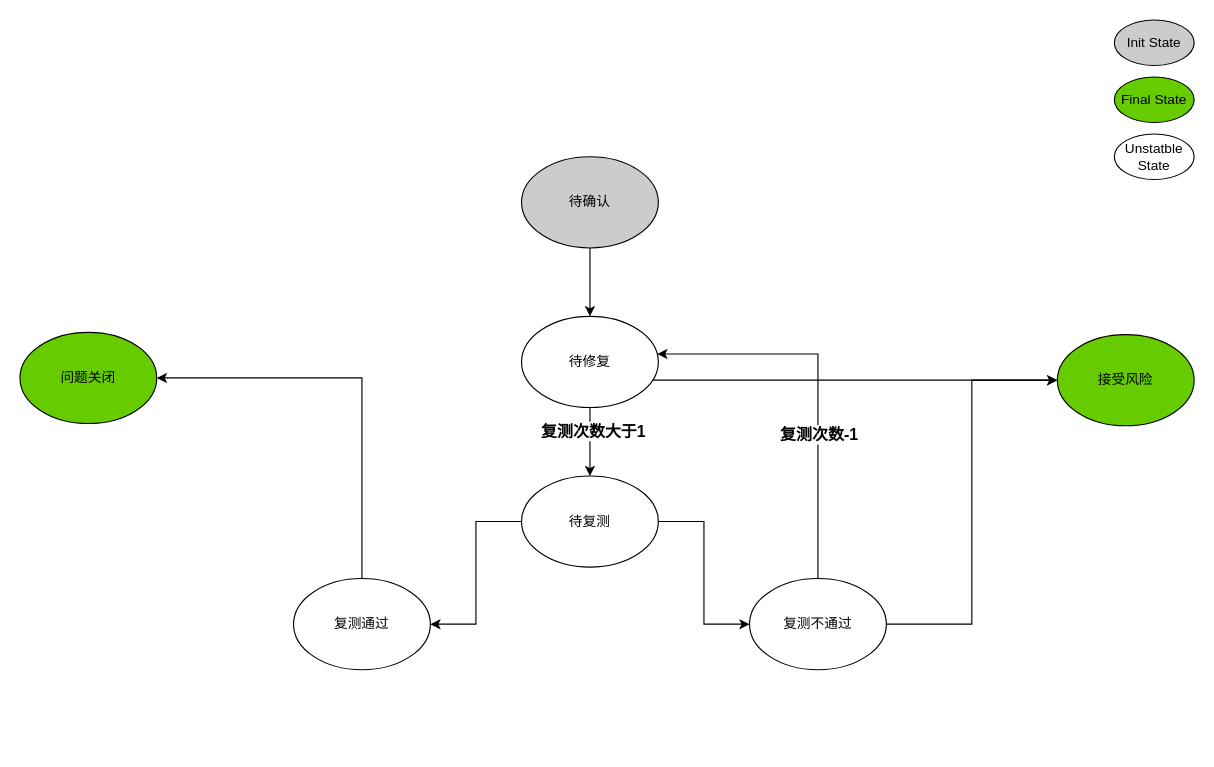
Before: ptaas issure state.drawio in caihuayu0322/drawio-github, a draw.io diagram. Source tidied: cells renumbered, new cells numbered last; positions are measured from the earlier drawing's top-left corner, leaving out a move shared by most shapes. Both pictures are drawn from the tidied source at 114%, with x=0, y=0 at pixel (19, 19).
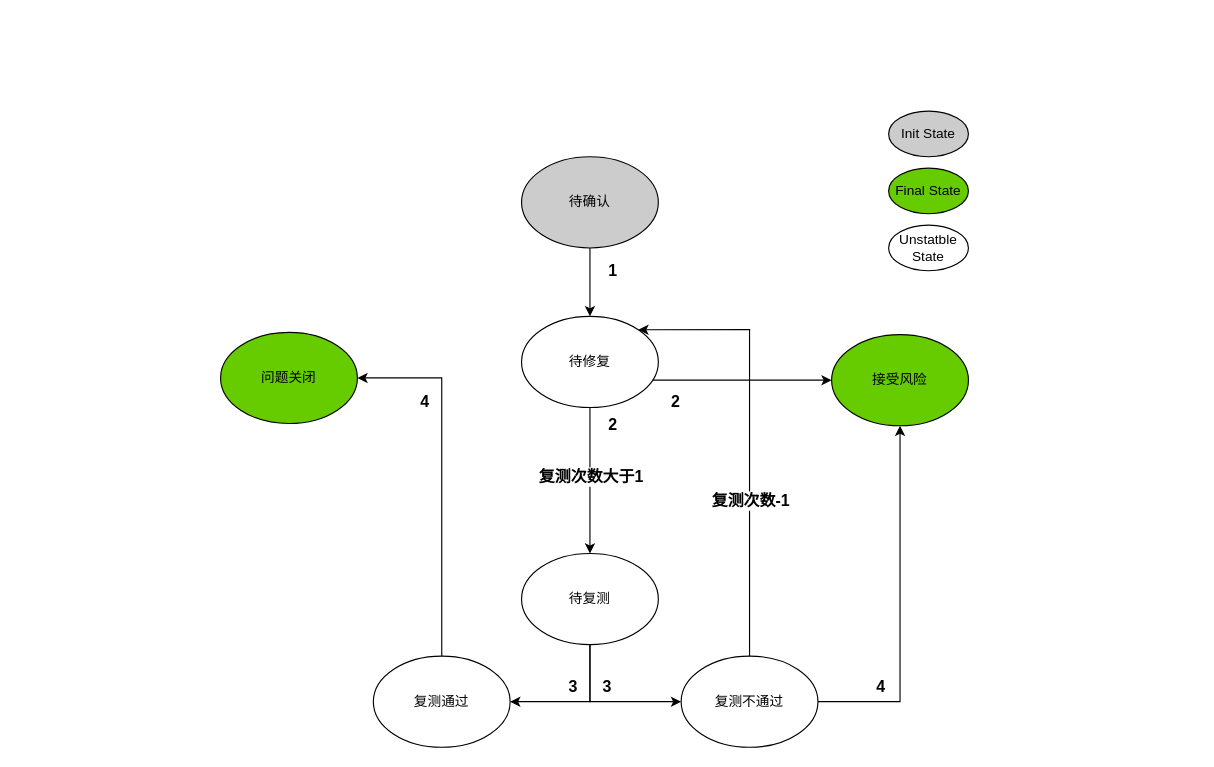
After the change.

The change refers to these unchanged cells:
```xml
<mxCell id="3" value="待修复" style="ellipse;whiteSpace=wrap;html=1;" parent="1" vertex="1">
  <mxGeometry x="440" y="260" width="120" height="80" as="geometry" />
</mxCell>
<mxCell id="10" style="endArrow=classic;html=1;rounded=0;exitX=0.5;exitY=1;exitDx=0;exitDy=0;entryX=0.5;entryY=0;entryDx=0;entryDy=0;" parent="1" edge="1" source="3" target="4">
  <mxGeometry relative="1" as="geometry" />
</mxCell>
```

The edit, as a diff of the source:
```diff
@@
-<mxGraphModel>
+<mxGraphModel background="#FFFFFF">
@@
     <mxCell id="4" value="待复测" style="ellipse;whiteSpace=wrap;html=1;" parent="1" vertex="1">
-      <mxGeometry x="440" y="400" width="120" height="80" as="geometry" />
+      <mxGeometry x="440" y="468" width="120" height="80" as="geometry" />
     </mxCell>
     <mxCell id="5" value="复测通过" style="ellipse;whiteSpace=wrap;html=1;" parent="1" vertex="1">
-      <mxGeometry x="240" y="490" width="120" height="80" as="geometry" />
+      <mxGeometry x="310" y="558" width="120" height="80" as="geometry" />
     </mxCell>
     <mxCell id="6" value="复测不通过" style="ellipse;whiteSpace=wrap;html=1;" parent="1" vertex="1">
-      <mxGeometry x="640" y="490" width="120" height="80" as="geometry" />
+      <mxGeometry x="580" y="558" width="120" height="80" as="geometry" />
     </mxCell>
     <mxCell id="7" value="接受风险" style="ellipse;whiteSpace=wrap;html=1;fillColor=#66CC00;" parent="1" vertex="1">
-      <mxGeometry x="910" y="276" width="120" height="80" as="geometry" />
+      <mxGeometry x="712" y="276" width="120" height="80" as="geometry" />
     </mxCell>
     <mxCell id="8" value="问题关闭" style="ellipse;whiteSpace=wrap;html=1;fillColor=#66CC00;" parent="1" vertex="1">
-      <mxGeometry y="274" width="120" height="80" as="geometry" />
+      <mxGeometry x="176" y="274" width="120" height="80" as="geometry" />
     </mxCell>
@@
     <mxCell id="11" value="&lt;b&gt;&lt;font style=&quot;font-size: 14px;&quot;&gt;复测次数大于1&lt;/font&gt;&lt;/b&gt;" style="edgeLabel;html=1;align=center;verticalAlign=middle;" parent="10" vertex="1">
-      <mxGeometry x="-0.33" y="2" relative="1" as="geometry" />
+      <mxGeometry x="-0.33" y="2" relative="1" as="geometry">
+        <mxPoint x="-2" y="17" as="offset" />
+      </mxGeometry>
     </mxCell>
-    <mxCell id="12" style="endArrow=classic;html=1;rounded=0;exitX=0;exitY=0.5;exitDx=0;exitDy=0;entryX=1;entryY=0.5;entryDx=0;entryDy=0;edgeStyle=orthogonalEdgeStyle;" parent="1" edge="1" source="4" target="5">
+    <mxCell id="12" style="endArrow=classic;html=1;rounded=0;exitX=0.5;exitY=1;exitDx=0;exitDy=0;entryX=1;entryY=0.5;entryDx=0;entryDy=0;edgeStyle=orthogonalEdgeStyle;" parent="1" edge="1" source="4" target="5">
       <mxGeometry relative="1" as="geometry" />
     </mxCell>
@@
-    <mxCell id="14" style="endArrow=classic;html=1;rounded=0;entryX=0;entryY=0.5;entryDx=0;entryDy=0;exitX=1;exitY=0.5;exitDx=0;exitDy=0;edgeStyle=orthogonalEdgeStyle;" parent="1" edge="1" source="4" target="6">
+    <mxCell id="14" style="endArrow=classic;html=1;rounded=0;entryX=0;entryY=0.5;entryDx=0;entryDy=0;exitX=0.5;exitY=1;exitDx=0;exitDy=0;edgeStyle=orthogonalEdgeStyle;" parent="1" edge="1" source="4" target="6">
       <mxGeometry relative="1" as="geometry" />
     </mxCell>
-    <mxCell id="15" style="endArrow=classic;html=1;rounded=0;exitX=1;exitY=0.5;exitDx=0;exitDy=0;entryX=0;entryY=0.5;entryDx=0;entryDy=0;edgeStyle=orthogonalEdgeStyle;" parent="1" edge="1" source="6" target="7">
+    <mxCell id="15" style="endArrow=classic;html=1;rounded=0;exitX=1;exitY=0.5;exitDx=0;exitDy=0;entryX=0.5;entryY=1;entryDx=0;entryDy=0;edgeStyle=orthogonalEdgeStyle;" parent="1" edge="1" source="6" target="7">
       <mxGeometry relative="1" as="geometry" />
     </mxCell>
-    <mxCell id="16" style="endArrow=classic;html=1;rounded=0;entryX=0.992;entryY=0.413;entryDx=0;entryDy=0;entryPerimeter=0;exitX=0.5;exitY=0;exitDx=0;exitDy=0;edgeStyle=orthogonalEdgeStyle;elbow=vertical;" parent="1" edge="1" source="6" target="3">
-      <mxGeometry relative="1" as="geometry" />
+    <mxCell id="16" style="endArrow=classic;html=1;rounded=0;entryX=1;entryY=0;entryDx=0;entryDy=0;exitX=0.5;exitY=0;exitDx=0;exitDy=0;edgeStyle=orthogonalEdgeStyle;elbow=vertical;" parent="1" edge="1" source="6" target="3">
+      <mxGeometry relative="1" as="geometry">
+        <Array as="points">
+          <mxPoint x="640" y="272" />
+        </Array>
+      </mxGeometry>
     </mxCell>
     <mxCell id="17" value="&lt;b&gt;复测次数-1&lt;/b&gt;" style="edgeLabel;html=1;align=center;verticalAlign=middle;fontSize=14;" parent="16" vertex="1">
-      <mxGeometry x="-0.25" relative="1" as="geometry" />
+      <mxGeometry x="-0.25" relative="1" as="geometry">
+        <mxPoint y="7" as="offset" />
+      </mxGeometry>
     </mxCell>
@@
     <mxCell id="19" value="Unstatble State" style="ellipse;whiteSpace=wrap;html=1;" parent="1" vertex="1">
-      <mxGeometry x="960" y="100" width="70" height="40" as="geometry" />
+      <mxGeometry x="762" y="180" width="70" height="40" as="geometry" />
     </mxCell>
     <mxCell id="20" value="Final State" style="ellipse;whiteSpace=wrap;html=1;fillColor=#66CC00;" parent="1" vertex="1">
-      <mxGeometry x="960" y="50" width="70" height="40" as="geometry" />
+      <mxGeometry x="762" y="130" width="70" height="40" as="geometry" />
     </mxCell>
     <mxCell id="21" value="Init State" style="ellipse;whiteSpace=wrap;html=1;fillColor=#CCCCCC;" parent="1" vertex="1">
-      <mxGeometry x="960" width="70" height="40" as="geometry" />
+      <mxGeometry x="762" y="80" width="70" height="40" as="geometry" />
     </mxCell>
+    <mxCell id="22" value="&lt;b&gt;1&lt;/b&gt;" style="text;html=1;align=center;verticalAlign=middle;strokeColor=none;fillColor=none;fontSize=14;" parent="1" vertex="1">
+      <mxGeometry x="505" y="205" width="30" height="30" as="geometry" />
+    </mxCell>
+    <mxCell id="23" value="&lt;b&gt;2&lt;/b&gt;" style="text;html=1;align=center;verticalAlign=middle;strokeColor=none;fillColor=none;fontSize=14;" parent="1" vertex="1">
+      <mxGeometry x="505" y="340" width="30" height="30" as="geometry" />
+    </mxCell>
+    <mxCell id="24" value="&lt;b&gt;2&lt;/b&gt;" style="text;html=1;align=center;verticalAlign=middle;strokeColor=none;fillColor=none;fontSize=14;" parent="1" vertex="1">
+      <mxGeometry x="560" y="320" width="30" height="30" as="geometry" />
+    </mxCell>
+    <mxCell id="25" value="&lt;b&gt;3&lt;/b&gt;" style="text;html=1;align=center;verticalAlign=middle;strokeColor=none;fillColor=none;fontSize=14;" parent="1" vertex="1">
+      <mxGeometry x="500" y="570" width="30" height="30" as="geometry" />
+    </mxCell>
+    <mxCell id="26" value="&lt;b&gt;4&lt;/b&gt;" style="text;html=1;align=center;verticalAlign=middle;strokeColor=none;fillColor=none;fontSize=14;" parent="1" vertex="1">
+      <mxGeometry x="340" y="320" width="30" height="30" as="geometry" />
+    </mxCell>
+    <mxCell id="27" value="&lt;b&gt;4&lt;/b&gt;" style="text;html=1;align=center;verticalAlign=middle;strokeColor=none;fillColor=none;fontSize=14;" parent="1" vertex="1">
+      <mxGeometry x="740" y="570" width="30" height="30" as="geometry" />
+    </mxCell>
+    <mxCell id="28" value="&lt;b&gt;3&lt;/b&gt;" style="text;html=1;align=center;verticalAlign=middle;strokeColor=none;fillColor=none;fontSize=14;" parent="1" vertex="1">
+      <mxGeometry x="470" y="570" width="30" height="30" as="geometry" />
+    </mxCell>
```
